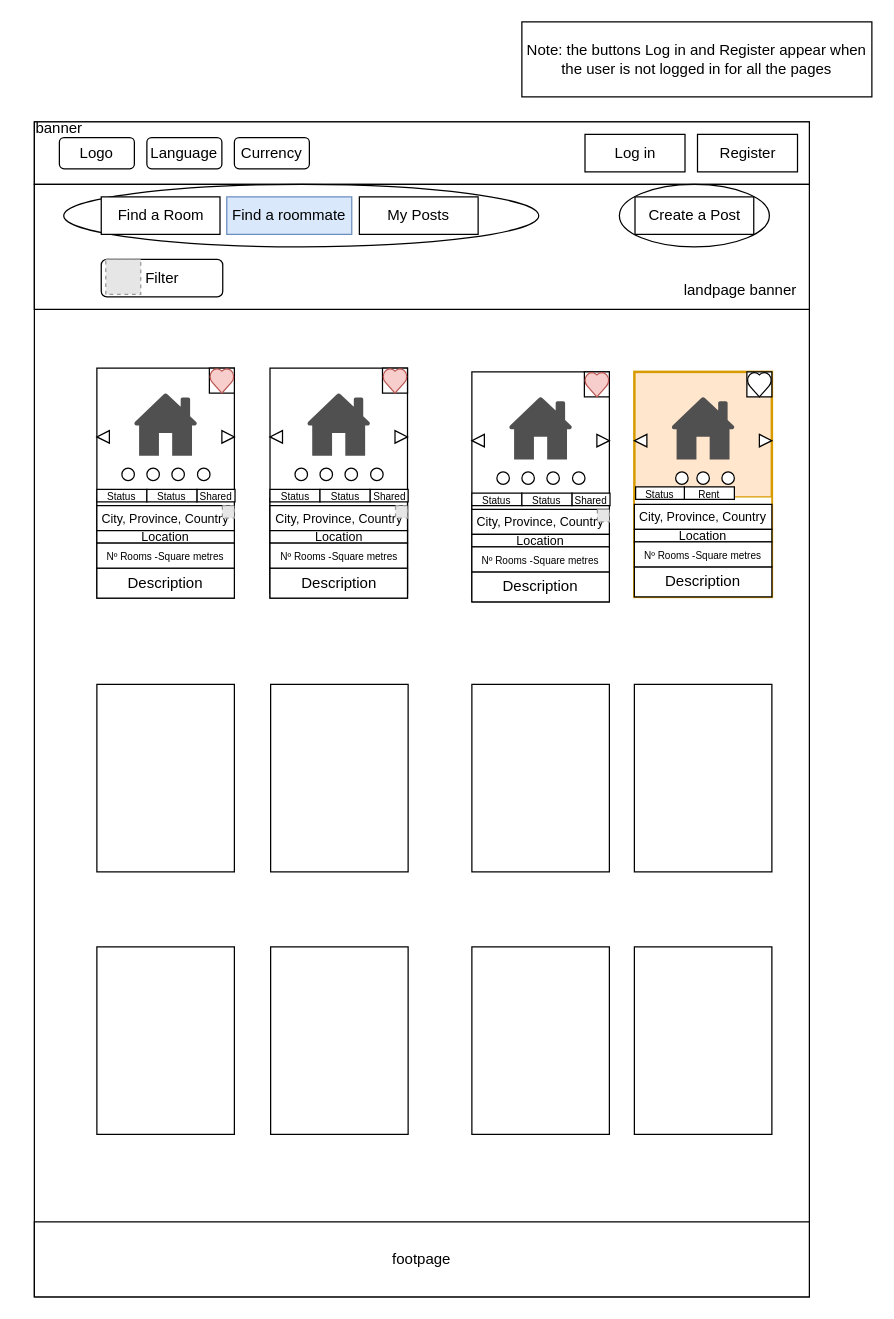
Earlier version of the draw.io diagram CroquisWeb/DrawIO/Landpage (Unlogged).drawio (sofwarebakery/CroquisWeb). Source tidied: cells renumbered, new cells numbered last; positions are measured from the earlier drawing's top-left corner, leaving out a move shared by most shapes. Both pictures are drawn from the tidied source at 125%, with x=0, y=0 at pixel (21, 21). Pictures stored in the file or linked from it are replaced by grey dashed boxes.
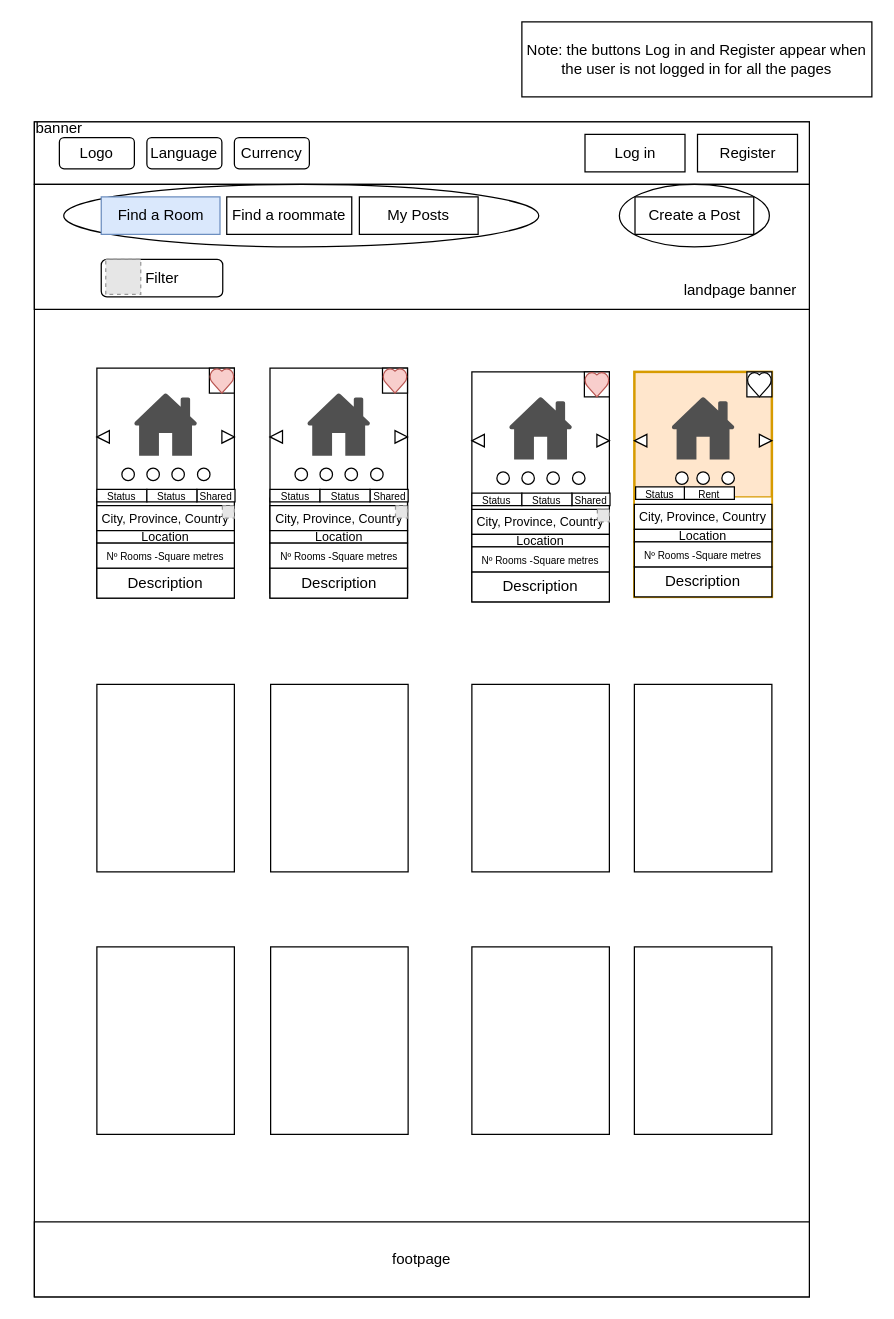
The same page after the edit.

Change to the diagram source:
```diff
@@
-    <mxCell id="95" value="Find a roommate" style="rounded=0;whiteSpace=wrap;html=1;fillColor=#dae8fc;strokeColor=#6c8ebf;" parent="1" vertex="1">
+    <mxCell id="95" value="Find a roommate" style="rounded=0;whiteSpace=wrap;html=1;" parent="1" vertex="1">
       <mxGeometry x="163.9" y="140" width="100" height="30" as="geometry" />
     </mxCell>
-    <mxCell id="96" value="Find a Room" style="rounded=0;whiteSpace=wrap;html=1;" parent="1" vertex="1">
+    <mxCell id="96" value="Find a Room" style="rounded=0;whiteSpace=wrap;html=1;fillColor=#dae8fc;strokeColor=#6c8ebf;" parent="1" vertex="1">
       <mxGeometry x="63.5" y="140" width="95" height="30" as="geometry" />
     </mxCell>
```
